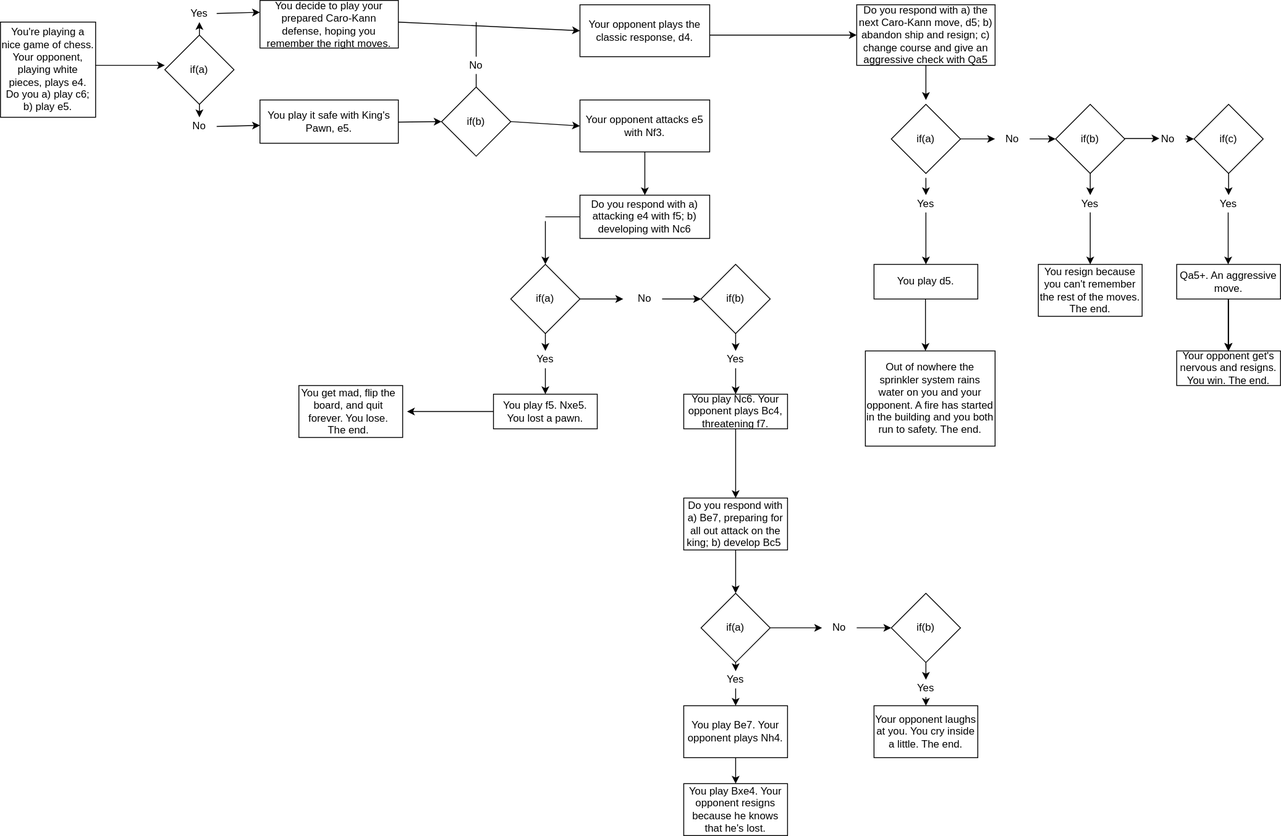
The draw.io diagram 4-26-main-lab/Lab 4 - Decision Tree.svg in sdaffer/CS-142, before a commit. Source tidied: cells renumbered, new cells last; positions are measured from the earlier drawing's top-left corner, leaving out a move shared by most shapes.
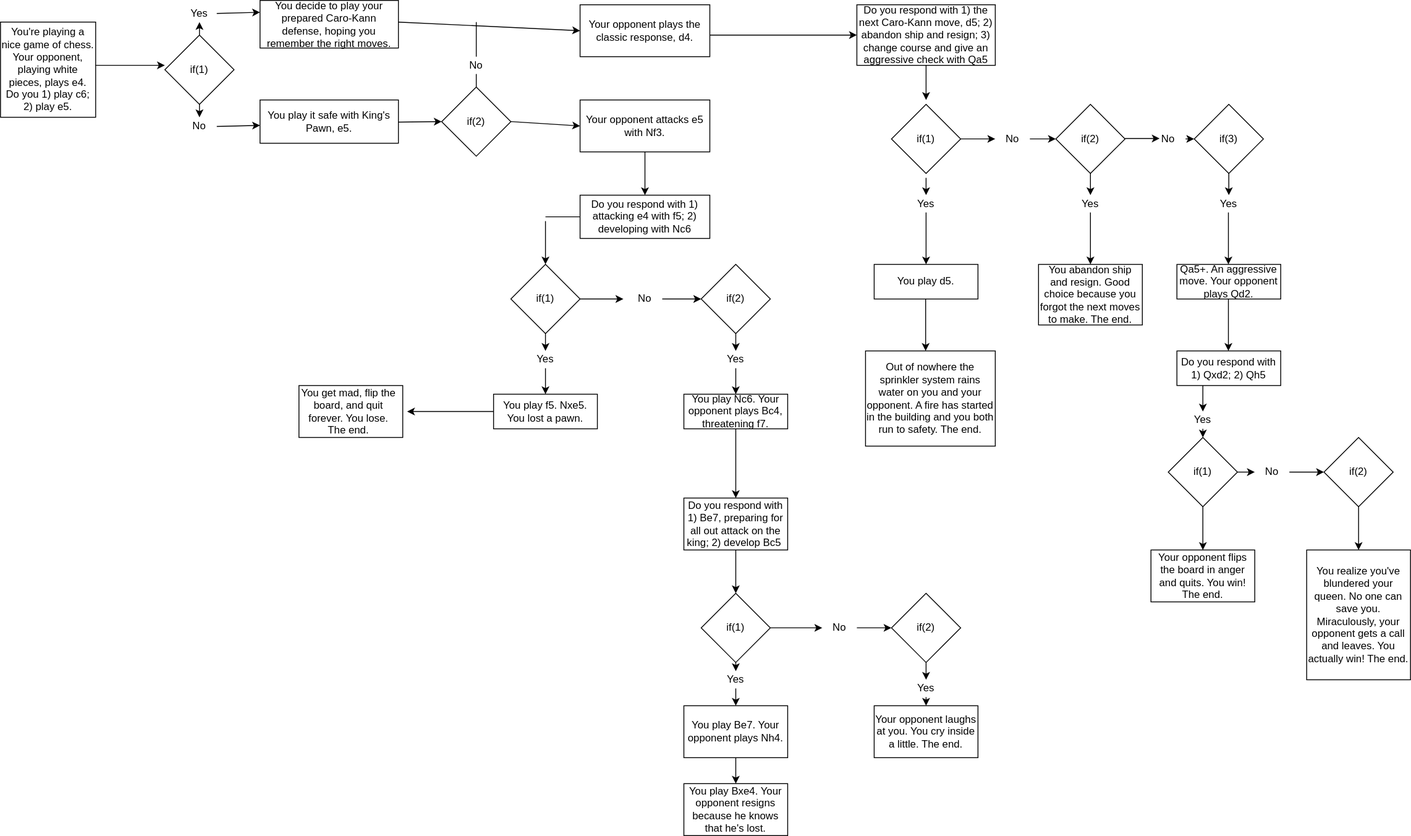
Above is the later version.

Diff of the diagram source:
```diff
@@ -5,13 +5,13 @@
     <mxCell id="2" style="whiteSpace=wrap;html=1;" parent="1" vertex="1">
       <mxGeometry y="25" width="110" height="110" as="geometry" />
     </mxCell>
-    <mxCell id="3" value="You're playing a nice game of chess. Your opponent, playing white pieces, plays e4. Do you a) play c6; b) play e5." style="text;html=1;strokeColor=none;fillColor=none;align=center;verticalAlign=middle;whiteSpace=wrap;rounded=0;" parent="1" vertex="1">
+    <mxCell id="3" value="You're playing a nice game of chess. Your opponent, playing white pieces, plays e4. Do you 1) play c6; 2) play e5." style="text;html=1;strokeColor=none;fillColor=none;align=center;verticalAlign=middle;whiteSpace=wrap;rounded=0;" parent="1" vertex="1">
       <mxGeometry y="25" width="110" height="110" as="geometry" />
     </mxCell>
     <mxCell id="4" style="rhombus;whiteSpace=wrap;html=1;" parent="1" vertex="1">
       <mxGeometry x="190" y="40" width="80" height="80" as="geometry" />
     </mxCell>
-    <mxCell id="5" value="if(a)" style="text;html=1;strokeColor=none;fillColor=none;align=center;verticalAlign=middle;whiteSpace=wrap;rounded=0;" parent="1" vertex="1">
+    <mxCell id="5" value="if(1)" style="text;html=1;strokeColor=none;fillColor=none;align=center;verticalAlign=middle;whiteSpace=wrap;rounded=0;" parent="1" vertex="1">
       <mxGeometry x="210" y="70" width="40" height="20" as="geometry" />
     </mxCell>
     <mxCell id="6" style="endArrow=classic;html=1;" parent="1" edge="1">
@@ -59,7 +59,7 @@
     <mxCell id="16" style="rhombus;whiteSpace=wrap;html=1;" parent="1" vertex="1">
       <mxGeometry x="510" y="100" width="80" height="80" as="geometry" />
     </mxCell>
-    <mxCell id="17" value="if(b)" style="text;html=1;strokeColor=none;fillColor=none;align=center;verticalAlign=middle;whiteSpace=wrap;rounded=0;" parent="1" vertex="1">
+    <mxCell id="17" value="if(2)" style="text;html=1;strokeColor=none;fillColor=none;align=center;verticalAlign=middle;whiteSpace=wrap;rounded=0;" parent="1" vertex="1">
       <mxGeometry x="530" y="130" width="40" height="20" as="geometry" />
     </mxCell>
     <mxCell id="18" style="endArrow=classic;html=1;entryX=0;entryY=0.5;entryDx=0;entryDy=0;" parent="1" edge="1" target="16">
@@ -97,13 +97,13 @@
         <mxPoint x="820" y="40" as="sourcePoint" />
       </mxGeometry>
     </mxCell>
-    <mxCell id="27" value="Do you respond with a) the next Caro-Kann move, d5; b) abandon ship and resign; c) change course and give an aggressive check with Qa5" style="text;html=1;strokeColor=none;fillColor=none;align=center;verticalAlign=middle;whiteSpace=wrap;rounded=0;" parent="1" vertex="1">
+    <mxCell id="27" value="Do you respond with 1) the next Caro-Kann move, d5; 2) abandon ship and resign; 3) change course and give an aggressive check with Qa5" style="text;html=1;strokeColor=none;fillColor=none;align=center;verticalAlign=middle;whiteSpace=wrap;rounded=0;" parent="1" vertex="1">
       <mxGeometry x="990" y="5" width="160" height="70" as="geometry" />
     </mxCell>
     <mxCell id="28" style="rhombus;whiteSpace=wrap;html=1;" parent="1" vertex="1">
       <mxGeometry x="1030" y="120" width="80" height="80" as="geometry" />
     </mxCell>
-    <mxCell id="29" value="if(a)" style="text;html=1;strokeColor=none;fillColor=none;align=center;verticalAlign=middle;whiteSpace=wrap;rounded=0;" parent="1" vertex="1">
+    <mxCell id="29" value="if(1)" style="text;html=1;strokeColor=none;fillColor=none;align=center;verticalAlign=middle;whiteSpace=wrap;rounded=0;" parent="1" vertex="1">
       <mxGeometry x="1050" y="150" width="40" height="20" as="geometry" />
     </mxCell>
     <mxCell id="30" style="endArrow=classic;html=1;" parent="1" edge="1">
@@ -145,7 +145,7 @@
     <mxCell id="39" style="rhombus;whiteSpace=wrap;html=1;" parent="1" vertex="1">
       <mxGeometry x="1220" y="120" width="80" height="80" as="geometry" />
     </mxCell>
-    <mxCell id="40" value="if(b)" style="text;html=1;strokeColor=none;fillColor=none;align=center;verticalAlign=middle;whiteSpace=wrap;rounded=0;" parent="1" vertex="1">
+    <mxCell id="40" value="if(2)" style="text;html=1;strokeColor=none;fillColor=none;align=center;verticalAlign=middle;whiteSpace=wrap;rounded=0;" parent="1" vertex="1">
       <mxGeometry x="1240" y="150" width="40" height="20" as="geometry" />
     </mxCell>
     <mxCell id="41" value="Yes" style="text;html=1;strokeColor=none;fillColor=none;align=center;verticalAlign=middle;whiteSpace=wrap;rounded=0;" parent="1" vertex="1">
@@ -159,19 +159,16 @@
         <mxPoint x="1260" y="305" as="targetPoint" />
       </mxGeometry>
     </mxCell>
-    <mxCell id="44" style="rounded=0;whiteSpace=wrap;html=1;" parent="1" vertex="1">
-      <mxGeometry x="1200" y="305" width="120" height="60" as="geometry" />
+    <mxCell id="44" value="&lt;span&gt;You abandon ship and resign. Good choice because you forgot the next moves to make. The end.&lt;/span&gt;" style="rounded=0;whiteSpace=wrap;html=1;" parent="1" vertex="1">
+      <mxGeometry x="1200" y="305" width="120" height="70" as="geometry" />
     </mxCell>
-    <mxCell id="45" style="rounded=0;whiteSpace=wrap;html=1;" parent="1" vertex="1">
+    <mxCell id="45" value="&lt;span&gt;Qa5+. An aggressive move. Your opponent plays Qd2.&lt;/span&gt;" style="rounded=0;whiteSpace=wrap;html=1;" parent="1" vertex="1">
       <mxGeometry x="1360" y="305" width="120" height="40" as="geometry" />
     </mxCell>
-    <mxCell id="46" value="You resign because you can't remember the rest of the moves. The end." style="text;html=1;strokeColor=none;fillColor=none;align=center;verticalAlign=middle;whiteSpace=wrap;rounded=0;" parent="1" vertex="1">
-      <mxGeometry x="1200" y="305" width="120" height="60" as="geometry" />
-    </mxCell>
     <mxCell id="47" style="rhombus;whiteSpace=wrap;html=1;" parent="1" vertex="1">
       <mxGeometry x="1380" y="120" width="80" height="80" as="geometry" />
     </mxCell>
-    <mxCell id="48" value="if(c)" style="text;html=1;strokeColor=none;fillColor=none;align=center;verticalAlign=middle;whiteSpace=wrap;rounded=0;" parent="1" vertex="1">
+    <mxCell id="48" value="if(3)" style="text;html=1;strokeColor=none;fillColor=none;align=center;verticalAlign=middle;whiteSpace=wrap;rounded=0;" parent="1" vertex="1">
       <mxGeometry x="1400" y="150" width="40" height="20" as="geometry" />
     </mxCell>
     <mxCell id="49" style="endArrow=classic;html=1;exitX=0.5;exitY=1;exitDx=0;exitDy=0;" parent="1" edge="1" source="47">
@@ -200,12 +197,6 @@
     <mxCell id="54" style="endArrow=classic;html=1;exitX=1;exitY=0.5;exitDx=0;exitDy=0;entryX=0;entryY=0.5;entryDx=0;entryDy=0;" parent="1" edge="1" source="52" target="47">
       <mxGeometry relative="1" as="geometry" />
     </mxCell>
-    <mxCell id="55" style="edgeStyle=orthogonalEdgeStyle;rounded=0;jettySize=auto;html=1;" parent="1" edge="1" source="56" target="89">
-      <mxGeometry relative="1" as="geometry" />
-    </mxCell>
-    <mxCell id="56" value="Qa5+. An aggressive move." style="text;html=1;strokeColor=none;fillColor=none;align=center;verticalAlign=middle;whiteSpace=wrap;rounded=0;" parent="1" vertex="1">
-      <mxGeometry x="1360" y="305" width="120" height="40" as="geometry" />
-    </mxCell>
     <mxCell id="57" value="Your opponent plays the classic response, d4." style="text;html=1;strokeColor=none;fillColor=none;align=center;verticalAlign=middle;whiteSpace=wrap;rounded=0;" parent="1" vertex="1">
       <mxGeometry x="670" y="115" width="150" height="60" as="geometry" />
     </mxCell>
@@ -218,7 +209,7 @@
     <mxCell id="60" style="rounded=0;whiteSpace=wrap;html=1;" parent="1" vertex="1">
       <mxGeometry x="670" y="225" width="150" height="50" as="geometry" />
     </mxCell>
-    <mxCell id="61" value="Do you respond with a) attacking e4 with f5; b) developing with Nc6" style="text;html=1;strokeColor=none;fillColor=none;align=center;verticalAlign=middle;whiteSpace=wrap;rounded=0;" parent="1" vertex="1">
+    <mxCell id="61" value="Do you respond with 1) attacking e4 with f5; 2) developing with Nc6" style="text;html=1;strokeColor=none;fillColor=none;align=center;verticalAlign=middle;whiteSpace=wrap;rounded=0;" parent="1" vertex="1">
       <mxGeometry x="670" y="225" width="150" height="50" as="geometry" />
     </mxCell>
     <mxCell id="62" style="endArrow=classic;html=1;exitX=0.5;exitY=1;exitDx=0;exitDy=0;" parent="1" edge="1" source="58" target="61">
@@ -240,10 +231,10 @@
         <mxPoint x="630" y="255" as="sourcePoint" />
       </mxGeometry>
     </mxCell>
-    <mxCell id="67" value="if(a)" style="text;html=1;strokeColor=none;fillColor=none;align=center;verticalAlign=middle;whiteSpace=wrap;rounded=0;" parent="1" vertex="1">
+    <mxCell id="67" value="if(1)" style="text;html=1;strokeColor=none;fillColor=none;align=center;verticalAlign=middle;whiteSpace=wrap;rounded=0;" parent="1" vertex="1">
       <mxGeometry x="610" y="335" width="40" height="20" as="geometry" />
     </mxCell>
-    <mxCell id="68" value="if(b)" style="text;html=1;strokeColor=none;fillColor=none;align=center;verticalAlign=middle;whiteSpace=wrap;rounded=0;" parent="1" vertex="1">
+    <mxCell id="68" value="if(2)" style="text;html=1;strokeColor=none;fillColor=none;align=center;verticalAlign=middle;whiteSpace=wrap;rounded=0;" parent="1" vertex="1">
       <mxGeometry x="830" y="335" width="40" height="20" as="geometry" />
     </mxCell>
     <mxCell id="69" value="No" style="text;html=1;strokeColor=none;fillColor=none;align=center;verticalAlign=middle;whiteSpace=wrap;rounded=0;" parent="1" vertex="1">
@@ -300,7 +291,7 @@
     <mxCell id="84" style="rounded=0;whiteSpace=wrap;html=1;" parent="1" vertex="1">
       <mxGeometry x="345" y="445" width="120" height="60" as="geometry" />
     </mxCell>
-    <mxCell id="85" value="Do you respond with a) Be7, preparing for all out attack on the king; b) develop Bc5&amp;nbsp;" style="rounded=0;whiteSpace=wrap;html=1;" parent="1" vertex="1">
+    <mxCell id="85" value="Do you respond with 1) Be7, preparing for all out attack on the king; 2) develop Bc5&amp;nbsp;" style="rounded=0;whiteSpace=wrap;html=1;" parent="1" vertex="1">
       <mxGeometry x="790" y="575" width="120" height="60" as="geometry" />
     </mxCell>
     <mxCell id="86" value="You get mad, flip the board, and quit forever. You lose. The end." style="text;html=1;strokeColor=none;fillColor=none;align=center;verticalAlign=middle;whiteSpace=wrap;rounded=0;" parent="1" vertex="1">
@@ -309,12 +300,9 @@
     <mxCell id="87" style="rounded=0;whiteSpace=wrap;html=1;" parent="1" vertex="1">
       <mxGeometry x="1000" y="405" width="150" height="110" as="geometry" />
     </mxCell>
-    <mxCell id="88" style="rounded=0;whiteSpace=wrap;html=1;" parent="1" vertex="1">
+    <mxCell id="88" value="Do you respond with 1) Qxd2; 2) Qh5" style="rounded=0;whiteSpace=wrap;html=1;" parent="1" vertex="1">
       <mxGeometry x="1360" y="405" width="120" height="40" as="geometry" />
     </mxCell>
-    <mxCell id="89" value="Your opponent get's nervous and resigns. You win. The end." style="text;html=1;strokeColor=none;fillColor=none;align=center;verticalAlign=middle;whiteSpace=wrap;rounded=0;" parent="1" vertex="1">
-      <mxGeometry x="1360" y="405" width="120" height="40" as="geometry" />
-    </mxCell>
     <mxCell id="90" style="endArrow=classic;html=1;exitX=0.5;exitY=1;exitDx=0;exitDy=0;" parent="1" edge="1">
       <mxGeometry relative="1" as="geometry">
         <mxPoint x="1419.5" y="345" as="sourcePoint" />
@@ -333,7 +321,7 @@
     <mxCell id="93" style="edgeStyle=orthogonalEdgeStyle;rounded=0;orthogonalLoop=1;jettySize=auto;html=1;exitX=0.5;exitY=1;exitDx=0;exitDy=0;" parent="1" edge="1" source="92" target="92">
       <mxGeometry relative="1" as="geometry" />
     </mxCell>
-    <mxCell id="94" value="if(a)" style="rhombus;whiteSpace=wrap;html=1;" parent="1" vertex="1">
+    <mxCell id="94" value="if(1)" style="rhombus;whiteSpace=wrap;html=1;" parent="1" vertex="1">
       <mxGeometry x="810" y="685" width="80" height="80" as="geometry" />
     </mxCell>
     <mxCell id="95" style="endArrow=classic;html=1;exitX=0.5;exitY=1;exitDx=0;exitDy=0;entryX=0.5;entryY=0;entryDx=0;entryDy=0;" parent="1" edge="1" source="85" target="94">
@@ -354,7 +342,7 @@
     <mxCell id="100" style="endArrow=classic;html=1;exitX=1;exitY=0.5;exitDx=0;exitDy=0;entryX=0;entryY=0.5;entryDx=0;entryDy=0;" parent="1" edge="1" source="94" target="99">
       <mxGeometry relative="1" as="geometry" />
     </mxCell>
-    <mxCell id="101" value="if(b)" style="rhombus;whiteSpace=wrap;html=1;" parent="1" vertex="1">
+    <mxCell id="101" value="if(2)" style="rhombus;whiteSpace=wrap;html=1;" parent="1" vertex="1">
       <mxGeometry x="1030" y="685" width="80" height="80" as="geometry" />
     </mxCell>
     <mxCell id="102" style="endArrow=classic;html=1;exitX=1;exitY=0.5;exitDx=0;exitDy=0;entryX=0;entryY=0.5;entryDx=0;entryDy=0;" parent="1" edge="1" source="99" target="101">
@@ -381,5 +369,43 @@
     <mxCell id="109" style="endArrow=classic;html=1;exitX=0.5;exitY=1;exitDx=0;exitDy=0;entryX=0.5;entryY=0;entryDx=0;entryDy=0;" parent="1" edge="1" source="106" target="108">
       <mxGeometry relative="1" as="geometry" />
     </mxCell>
+    <mxCell id="110" value="if(1)" style="rhombus;whiteSpace=wrap;html=1;" parent="1" vertex="1">
+      <mxGeometry x="1350" y="505" width="80" height="80" as="geometry" />
+    </mxCell>
+    <mxCell id="111" value="Your opponent flips the board in anger and quits. You win! The end." style="rounded=0;whiteSpace=wrap;html=1;" parent="1" vertex="1">
+      <mxGeometry x="1330" y="635" width="120" height="60" as="geometry" />
+    </mxCell>
+    <mxCell id="112" style="endArrow=classic;html=1;exitX=0.5;exitY=1;exitDx=0;exitDy=0;entryX=0.5;entryY=0;entryDx=0;entryDy=0;" parent="1" edge="1" source="110" target="111">
+      <mxGeometry relative="1" as="geometry" />
+    </mxCell>
+    <mxCell id="113" value="Yes" style="text;html=1;strokeColor=none;fillColor=none;align=center;verticalAlign=middle;whiteSpace=wrap;rounded=0;" parent="1" vertex="1">
+      <mxGeometry x="1370" y="475" width="40" height="20" as="geometry" />
+    </mxCell>
+    <mxCell id="114" style="endArrow=classic;html=1;exitX=0.25;exitY=1;exitDx=0;exitDy=0;entryX=0.5;entryY=0;entryDx=0;entryDy=0;" parent="1" edge="1" source="88" target="113">
+      <mxGeometry relative="1" as="geometry" />
+    </mxCell>
+    <mxCell id="115" style="endArrow=classic;html=1;exitX=0.5;exitY=1;exitDx=0;exitDy=0;entryX=0.5;entryY=0;entryDx=0;entryDy=0;" parent="1" edge="1" source="113" target="110">
+      <mxGeometry relative="1" as="geometry" />
+    </mxCell>
+    <mxCell id="116" style="endArrow=classic;html=1;exitX=1;exitY=0.5;exitDx=0;exitDy=0;" parent="1" edge="1" source="110" target="117">
+      <mxGeometry relative="1" as="geometry" />
+    </mxCell>
+    <mxCell id="117" value="No" style="text;html=1;strokeColor=none;fillColor=none;align=center;verticalAlign=middle;whiteSpace=wrap;rounded=0;" parent="1" vertex="1">
+      <mxGeometry x="1450" y="535" width="40" height="20" as="geometry" />
+    </mxCell>
+    <mxCell id="118" value="if(2)" style="rhombus;whiteSpace=wrap;html=1;" parent="1" vertex="1">
+      <mxGeometry x="1530" y="505" width="80" height="80" as="geometry" />
+    </mxCell>
+    <mxCell id="119" style="endArrow=classic;html=1;entryX=0;entryY=0.5;entryDx=0;entryDy=0;" parent="1" edge="1" target="118">
+      <mxGeometry relative="1" as="geometry">
+        <mxPoint x="1490" y="545" as="sourcePoint" />
+      </mxGeometry>
+    </mxCell>
+    <mxCell id="120" value="You realize you've blundered your queen. No one can save you. Miraculously, your opponent gets a call and leaves. You actually win! The end." style="rounded=0;whiteSpace=wrap;html=1;" parent="1" vertex="1">
+      <mxGeometry x="1510" y="635" width="120" height="150" as="geometry" />
+    </mxCell>
+    <mxCell id="121" style="endArrow=classic;html=1;exitX=0.5;exitY=1;exitDx=0;exitDy=0;entryX=0.5;entryY=0;entryDx=0;entryDy=0;" parent="1" edge="1" source="118" target="120">
+      <mxGeometry relative="1" as="geometry" />
+    </mxCell>
   </root>
 </mxGraphModel>
```
